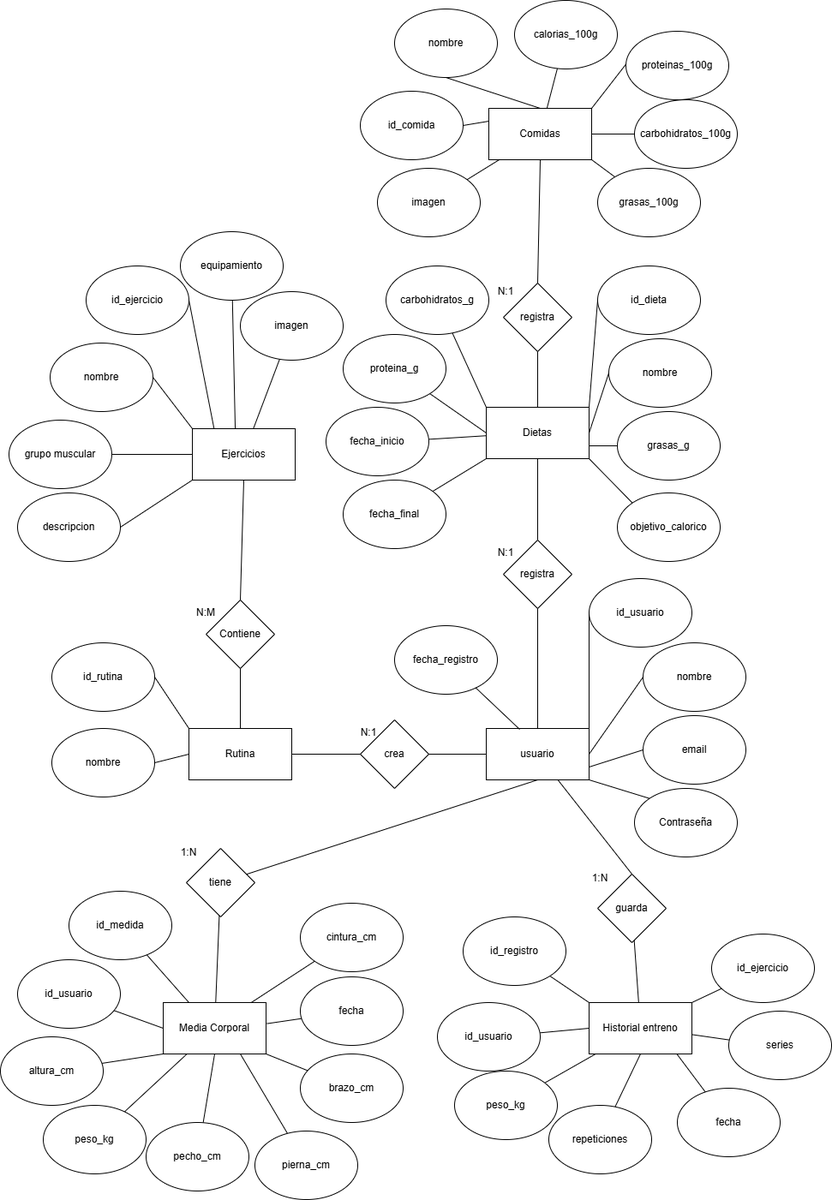
This is BaseDatos/MapaEntidadRelacion.png from fullace3/Proyecto_Final_DAM, a draw.io export, as it was before one commit. Source tidied: cells renumbered, new cells last; positions are measured from the earlier drawing's top-left corner, leaving out a move shared by most shapes.
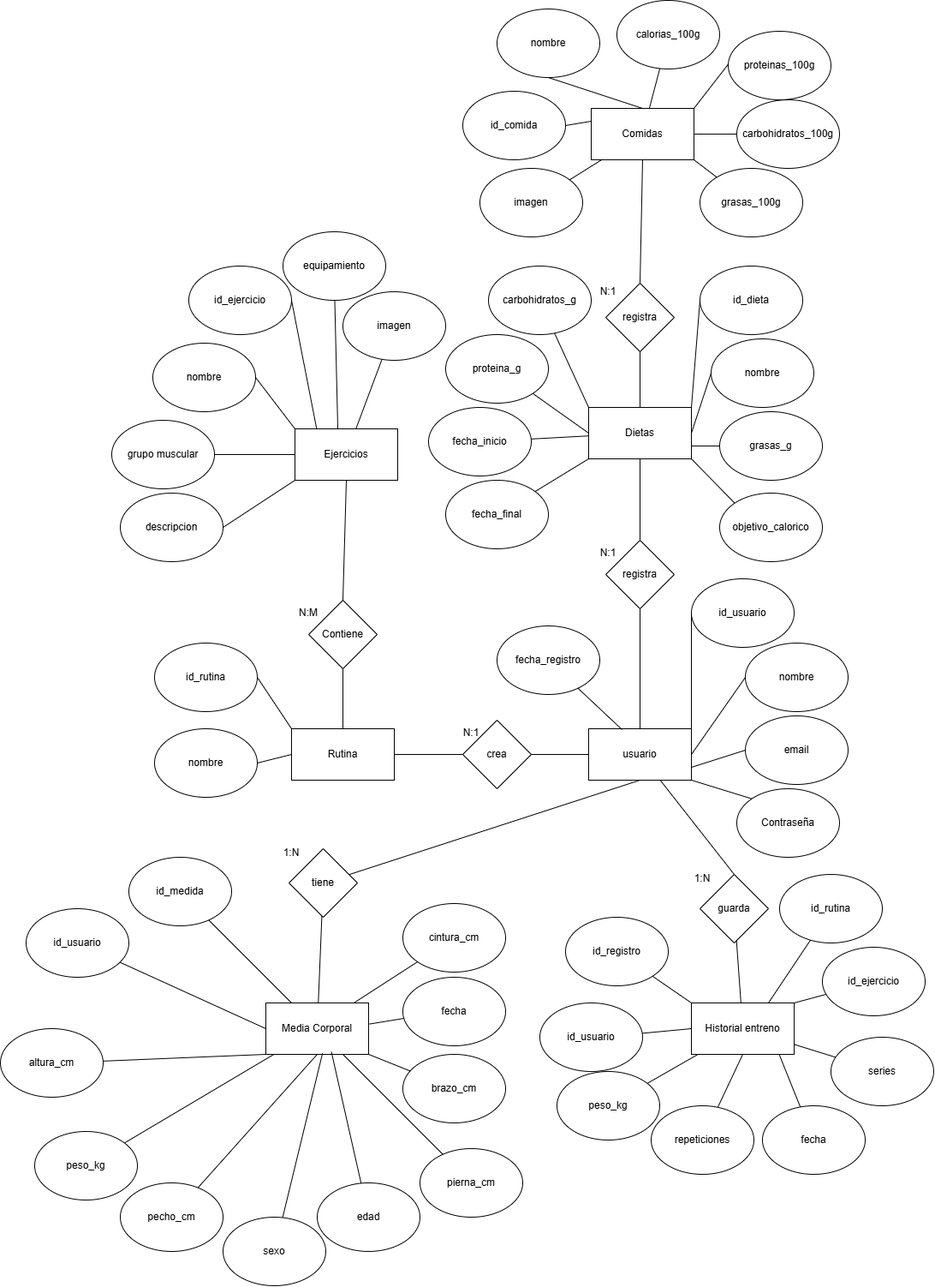
The same diagram one commit later.

Change to the diagram source:
```diff
@@ -207,19 +207,19 @@
       <mxGeometry relative="1" as="geometry" />
     </mxCell>
     <mxCell id="70" value="id_medida" style="ellipse;whiteSpace=wrap;html=1;" parent="1" vertex="1">
-      <mxGeometry x="80" y="1040" width="120" height="80" as="geometry" />
+      <mxGeometry x="30" y="1000" width="120" height="80" as="geometry" />
     </mxCell>
     <mxCell id="71" style="rounded=0;jettySize=auto;html=1;entryX=0;entryY=0.5;entryDx=0;entryDy=0;endArrow=none;endFill=0;" parent="1" edge="1" source="72" target="68">
       <mxGeometry relative="1" as="geometry" />
     </mxCell>
     <mxCell id="72" value="&lt;div&gt;id_usuario&lt;/div&gt;" style="ellipse;whiteSpace=wrap;html=1;" parent="1" vertex="1">
-      <mxGeometry x="20" y="1120" width="120" height="80" as="geometry" />
+      <mxGeometry x="-90" y="1060" width="120" height="80" as="geometry" />
     </mxCell>
     <mxCell id="73" style="rounded=0;jettySize=auto;html=1;entryX=0;entryY=1;entryDx=0;entryDy=0;endArrow=none;endFill=0;" parent="1" edge="1" source="74" target="68">
       <mxGeometry relative="1" as="geometry" />
     </mxCell>
     <mxCell id="74" value="altura_cm" style="ellipse;whiteSpace=wrap;html=1;" parent="1" vertex="1">
-      <mxGeometry y="1210" width="120" height="80" as="geometry" />
+      <mxGeometry x="-120" y="1200" width="120" height="80" as="geometry" />
     </mxCell>
     <mxCell id="75" style="rounded=0;jettySize=auto;html=1;entryX=0.5;entryY=1;entryDx=0;entryDy=0;endArrow=none;endFill=0;" parent="1" edge="1" source="77" target="21">
       <mxGeometry relative="1" as="geometry" />
@@ -234,7 +234,7 @@
       <mxGeometry relative="1" as="geometry" />
     </mxCell>
     <mxCell id="79" value="peso_kg" style="ellipse;whiteSpace=wrap;html=1;" parent="1" vertex="1">
-      <mxGeometry x="50" y="1290" width="120" height="80" as="geometry" />
+      <mxGeometry x="-80" y="1320" width="120" height="80" as="geometry" />
     </mxCell>
     <mxCell id="80" style="rounded=0;jettySize=auto;html=1;entryX=1;entryY=1;entryDx=0;entryDy=0;endArrow=none;endFill=0;" parent="1" edge="1" source="81" target="68">
       <mxGeometry relative="1" as="geometry" />
@@ -267,13 +267,13 @@
       <mxGeometry relative="1" as="geometry" />
     </mxCell>
     <mxCell id="90" value="pecho_cm" style="ellipse;whiteSpace=wrap;html=1;" parent="1" vertex="1">
-      <mxGeometry x="170" y="1310" width="120" height="80" as="geometry" />
+      <mxGeometry x="20" y="1380" width="120" height="80" as="geometry" />
     </mxCell>
     <mxCell id="91" style="rounded=0;jettySize=auto;html=1;entryX=0.75;entryY=1;entryDx=0;entryDy=0;endArrow=none;endFill=0;" parent="1" edge="1" source="92" target="68">
       <mxGeometry relative="1" as="geometry" />
     </mxCell>
     <mxCell id="92" value="pierna_cm" style="ellipse;whiteSpace=wrap;html=1;" parent="1" vertex="1">
-      <mxGeometry x="297" y="1320" width="120" height="80" as="geometry" />
+      <mxGeometry x="370" y="1340" width="120" height="80" as="geometry" />
     </mxCell>
     <mxCell id="93" style="rounded=0;jettySize=auto;html=1;endArrow=none;endFill=0;" parent="1" edge="1" source="94" target="9">
       <mxGeometry relative="1" as="geometry" />
@@ -312,7 +312,7 @@
       <mxGeometry relative="1" as="geometry" />
     </mxCell>
     <mxCell id="105" value="id_ejercicio" style="ellipse;whiteSpace=wrap;html=1;" parent="1" vertex="1">
-      <mxGeometry x="830" y="1090" width="120" height="80" as="geometry" />
+      <mxGeometry x="840" y="1105" width="120" height="80" as="geometry" />
     </mxCell>
     <mxCell id="106" style="rounded=0;jettySize=auto;html=1;entryX=0;entryY=0.5;entryDx=0;entryDy=0;endArrow=none;endFill=0;" parent="1" edge="1" source="107" target="103">
       <mxGeometry relative="1" as="geometry" />
@@ -351,13 +351,31 @@
       <mxGeometry relative="1" as="geometry" />
     </mxCell>
     <mxCell id="118" value="series" style="ellipse;whiteSpace=wrap;html=1;" parent="1" vertex="1">
-      <mxGeometry x="850" y="1180" width="120" height="80" as="geometry" />
+      <mxGeometry x="850" y="1210" width="120" height="80" as="geometry" />
     </mxCell>
     <mxCell id="119" value="fecha" style="ellipse;whiteSpace=wrap;html=1;" parent="1" vertex="1">
-      <mxGeometry x="790" y="1270" width="120" height="80" as="geometry" />
+      <mxGeometry x="770" y="1290" width="120" height="80" as="geometry" />
     </mxCell>
     <mxCell id="120" style="rounded=0;jettySize=auto;html=1;entryX=0.855;entryY=1.004;entryDx=0;entryDy=0;entryPerimeter=0;endArrow=none;endFill=0;" parent="1" edge="1" source="119" target="103">
       <mxGeometry relative="1" as="geometry" />
     </mxCell>
+    <mxCell id="121" style="rounded=0;jettySize=auto;html=1;entryX=0.75;entryY=0;entryDx=0;entryDy=0;endArrow=none;endFill=0;" parent="1" edge="1" source="122" target="103">
+      <mxGeometry relative="1" as="geometry" />
+    </mxCell>
+    <mxCell id="122" value="&lt;div&gt;id_rutina&lt;/div&gt;" style="ellipse;whiteSpace=wrap;html=1;" parent="1" vertex="1">
+      <mxGeometry x="790" y="1020" width="120" height="80" as="geometry" />
+    </mxCell>
+    <mxCell id="123" style="rounded=0;jettySize=auto;html=1;entryX=0.551;entryY=0.982;entryDx=0;entryDy=0;entryPerimeter=0;endArrow=none;endFill=0;" parent="1" edge="1" source="124" target="68">
+      <mxGeometry relative="1" as="geometry" />
+    </mxCell>
+    <mxCell id="124" value="sexo" style="ellipse;whiteSpace=wrap;html=1;" parent="1" vertex="1">
+      <mxGeometry x="140" y="1420" width="120" height="80" as="geometry" />
+    </mxCell>
+    <mxCell id="125" value="edad" style="ellipse;whiteSpace=wrap;html=1;" parent="1" vertex="1">
+      <mxGeometry x="250" y="1380" width="120" height="80" as="geometry" />
+    </mxCell>
+    <mxCell id="126" style="rounded=0;jettySize=auto;html=1;entryX=0.638;entryY=0.953;entryDx=0;entryDy=0;entryPerimeter=0;endArrow=none;endFill=0;" parent="1" edge="1" source="125" target="68">
+      <mxGeometry relative="1" as="geometry" />
+    </mxCell>
   </root>
 </mxGraphModel>
```
